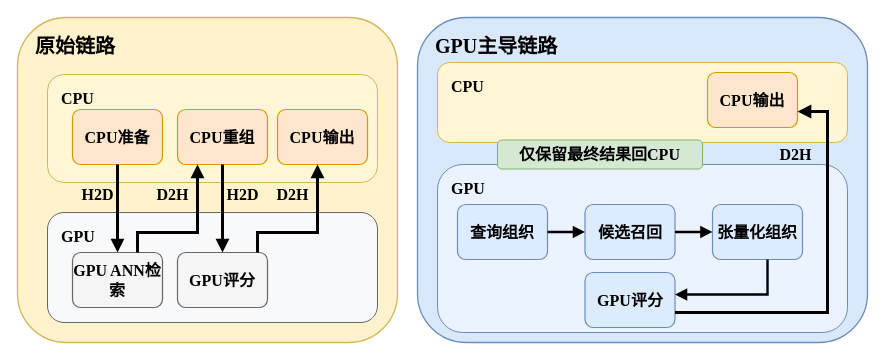
This is figures/fig4_2_original_vs_gpu_dominant_chain.drawio from HuangEven/latex-template, a draw.io file, before an edit. Source tidied: cells renumbered, new cells numbered last; positions are measured from the earlier drawing's top-left corner, leaving out a move shared by most shapes. Both pictures are drawn from the tidied source at 100%, with x=0, y=0 at pixel (17, 17).
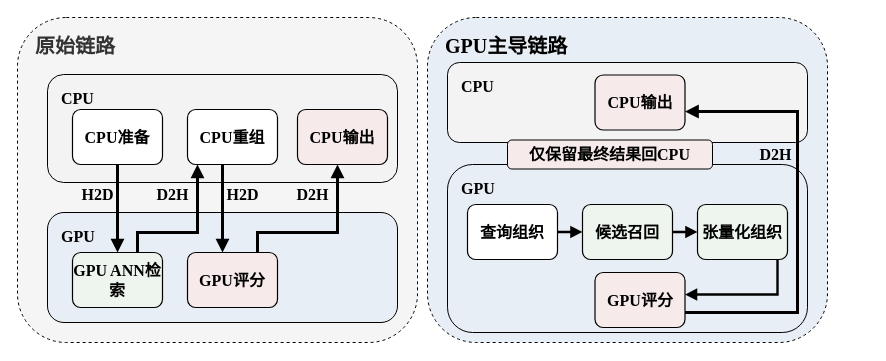
After the change.

Diff of the diagram source:
```diff
@@
-    <mxCell id="2" value="原始链路" style="rounded=1;whiteSpace=wrap;html=1;align=left;verticalAlign=top;spacingLeft=16;spacingTop=10;fontStyle=1;fontSize=20;fillColor=#FFF2CC;strokeColor=#D6B656;strokeWidth=1.3;fontFamily=Times New Roman;fontColor=#000000;" parent="1" vertex="1">
-      <mxGeometry width="380" height="325" as="geometry" />
+    <mxCell id="2" value="原始链路" style="rounded=1;whiteSpace=wrap;html=1;align=left;verticalAlign=top;spacingLeft=16;spacingTop=10;fontStyle=1;fontSize=20;fillColor=#f5f5f5;strokeColor=#000000;strokeWidth=1;fontFamily=Times New Roman;fontColor=#333333;dashed=1;rotation=0;" parent="1" vertex="1">
+      <mxGeometry width="400" height="325" as="geometry" />
     </mxCell>
-    <mxCell id="3" value="GPU主导链路" style="rounded=1;whiteSpace=wrap;html=1;align=left;verticalAlign=top;spacingLeft=16;spacingTop=10;fontStyle=1;fontSize=20;fillColor=#DAE8FC;strokeColor=#6C8EBF;strokeWidth=1.3;fontFamily=Times New Roman;fontColor=#000000;" parent="1" vertex="1">
-      <mxGeometry x="400" width="450" height="325" as="geometry" />
+    <mxCell id="3" value="GPU主导链路" style="rounded=1;whiteSpace=wrap;html=1;align=left;verticalAlign=top;spacingLeft=16;spacingTop=10;fontStyle=1;fontSize=20;fillColor=#E8EEF5;strokeColor=#000000;strokeWidth=1;fontFamily=Times New Roman;fontColor=#000000;dashed=1;rotation=0;" parent="1" vertex="1">
+      <mxGeometry x="410" width="400" height="325" as="geometry" />
     </mxCell>
-    <mxCell id="4" value="CPU" style="rounded=1;whiteSpace=wrap;html=1;align=left;verticalAlign=top;spacingLeft=12;spacingTop=8;fontStyle=1;fontSize=16;fillColor=#FFF6D5;strokeColor=#D6B656;strokeWidth=1;fontFamily=Times New Roman;fontColor=#000000;" parent="1" vertex="1">
-      <mxGeometry x="30" y="57" width="330" height="108" as="geometry" />
+    <mxCell id="4" value="CPU" style="rounded=1;whiteSpace=wrap;html=1;align=left;verticalAlign=top;spacingLeft=12;spacingTop=8;fontStyle=1;fontSize=16;fillColor=#F3F3F3;strokeColor=#000000;strokeWidth=1;fontFamily=Times New Roman;fontColor=#000000;" parent="1" vertex="1">
+      <mxGeometry x="30" y="57" width="350" height="108" as="geometry" />
     </mxCell>
-    <mxCell id="5" value="GPU" style="rounded=1;whiteSpace=wrap;html=1;align=left;verticalAlign=top;spacingLeft=12;spacingTop=8;fontStyle=1;fontSize=16;fillColor=#F8F9FA;strokeColor=#666666;strokeWidth=1;fontFamily=Times New Roman;fontColor=#000000;" parent="1" vertex="1">
-      <mxGeometry x="30" y="195" width="330" height="110" as="geometry" />
+    <mxCell id="5" value="GPU" style="rounded=1;whiteSpace=wrap;html=1;align=left;verticalAlign=top;spacingLeft=12;spacingTop=8;fontStyle=1;fontSize=16;fillColor=#E8EEF5;strokeColor=#000000;strokeWidth=1;fontFamily=Times New Roman;fontColor=#000000;" parent="1" vertex="1">
+      <mxGeometry x="30" y="195" width="350" height="110" as="geometry" />
     </mxCell>
-    <mxCell id="6" value="CPU" style="rounded=1;whiteSpace=wrap;html=1;align=left;verticalAlign=top;spacingLeft=12;spacingTop=8;fontStyle=1;fontSize=16;fillColor=#FFF6D5;strokeColor=#D6B656;strokeWidth=1;fontFamily=Times New Roman;fontColor=#000000;" parent="1" vertex="1">
-      <mxGeometry x="420" y="45" width="410" height="80" as="geometry" />
+    <mxCell id="6" value="CPU" style="rounded=1;whiteSpace=wrap;html=1;align=left;verticalAlign=top;spacingLeft=12;spacingTop=8;fontStyle=1;fontSize=16;fillColor=#F3F3F3;strokeColor=#000000;strokeWidth=1;fontFamily=Times New Roman;fontColor=#000000;" parent="1" vertex="1">
+      <mxGeometry x="430" y="45" width="360" height="80" as="geometry" />
     </mxCell>
-    <mxCell id="7" value="GPU" style="rounded=1;whiteSpace=wrap;html=1;align=left;verticalAlign=top;spacingLeft=12;spacingTop=8;fontStyle=1;fontSize=16;fillColor=#EAF3FF;strokeColor=#6C8EBF;strokeWidth=1;fontFamily=Times New Roman;fontColor=#000000;" parent="1" vertex="1">
-      <mxGeometry x="420" y="147" width="410" height="168" as="geometry" />
+    <mxCell id="7" value="GPU" style="rounded=1;whiteSpace=wrap;html=1;align=left;verticalAlign=top;spacingLeft=12;spacingTop=8;fontStyle=1;fontSize=16;fillColor=#E8EEF5;strokeColor=#000000;strokeWidth=1;fontFamily=Times New Roman;fontColor=#000000;" parent="1" vertex="1">
+      <mxGeometry x="430" y="147" width="360" height="168" as="geometry" />
     </mxCell>
-    <mxCell id="8" value="CPU准备" style="rounded=1;whiteSpace=wrap;html=1;align=center;verticalAlign=middle;fontSize=16;fillColor=#FFE6CC;strokeColor=#D79B00;strokeWidth=1.2;fontFamily=Times New Roman;fontColor=#000000;fontStyle=1;" parent="1" vertex="1">
+    <mxCell id="8" value="CPU准备" style="rounded=1;whiteSpace=wrap;html=1;align=center;verticalAlign=middle;fontSize=16;fillColor=#FFFFFF;strokeColor=#000000;strokeWidth=1.2;fontFamily=Times New Roman;fontColor=#000000;fontStyle=1;" parent="1" vertex="1">
       <mxGeometry x="55" y="92" width="90" height="55" as="geometry" />
     </mxCell>
-    <mxCell id="9" value="CPU重组" style="rounded=1;whiteSpace=wrap;html=1;align=center;verticalAlign=middle;fontSize=16;fillColor=#FFE6CC;strokeColor=#D79B00;strokeWidth=1.2;fontFamily=Times New Roman;fontColor=#000000;fontStyle=1;" parent="1" vertex="1">
-      <mxGeometry x="160" y="92" width="90" height="55" as="geometry" />
+    <mxCell id="9" value="CPU重组" style="rounded=1;whiteSpace=wrap;html=1;align=center;verticalAlign=middle;fontSize=16;fillColor=#FFFFFF;strokeColor=#000000;strokeWidth=1.2;fontFamily=Times New Roman;fontColor=#000000;fontStyle=1;" parent="1" vertex="1">
+      <mxGeometry x="170" y="92" width="90" height="55" as="geometry" />
     </mxCell>
-    <mxCell id="10" value="CPU输出" style="rounded=1;whiteSpace=wrap;html=1;align=center;verticalAlign=middle;fontSize=16;fillColor=#FFE6CC;strokeColor=#D79B00;strokeWidth=1.2;fontFamily=Times New Roman;rotation=0;fontColor=#000000;fontStyle=1;" parent="1" vertex="1">
-      <mxGeometry x="260" y="92" width="90" height="55" as="geometry" />
+    <mxCell id="10" value="CPU输出" style="rounded=1;whiteSpace=wrap;html=1;align=center;verticalAlign=middle;fontSize=16;fillColor=#F6EAEA;strokeColor=#000000;strokeWidth=1.2;fontFamily=Times New Roman;rotation=0;fontColor=#000000;fontStyle=1;" parent="1" vertex="1">
+      <mxGeometry x="280" y="92" width="90" height="55" as="geometry" />
     </mxCell>
-    <mxCell id="11" value="GPU ANN检索" style="rounded=1;whiteSpace=wrap;html=1;align=center;verticalAlign=middle;fontSize=16;fillColor=#F5F5F5;strokeColor=#666666;strokeWidth=1.2;fontFamily=Times New Roman;rotation=0;fontColor=#000000;fontStyle=1;" parent="1" vertex="1">
+    <mxCell id="11" value="GPU ANN检索" style="rounded=1;whiteSpace=wrap;html=1;align=center;verticalAlign=middle;fontSize=16;fillColor=#EEF5EE;strokeColor=#000000;strokeWidth=1.2;fontFamily=Times New Roman;rotation=0;fontColor=#000000;fontStyle=1;" parent="1" vertex="1">
       <mxGeometry x="55" y="235" width="90" height="55" as="geometry" />
     </mxCell>
-    <mxCell id="12" value="GPU评分" style="rounded=1;whiteSpace=wrap;html=1;align=center;verticalAlign=middle;fontSize=16;fillColor=#F5F5F5;strokeColor=#666666;strokeWidth=1.2;fontFamily=Times New Roman;fontColor=#000000;fontStyle=1;" parent="1" vertex="1">
-      <mxGeometry x="160" y="235" width="90" height="55" as="geometry" />
+    <mxCell id="12" value="GPU评分" style="rounded=1;whiteSpace=wrap;html=1;align=center;verticalAlign=middle;fontSize=16;fillColor=#F6EAEA;strokeColor=#000000;strokeWidth=1.2;fontFamily=Times New Roman;fontColor=#000000;fontStyle=1;" parent="1" vertex="1">
+      <mxGeometry x="170" y="235" width="90" height="55" as="geometry" />
     </mxCell>
-    <mxCell id="13" value="CPU输出" style="rounded=1;whiteSpace=wrap;html=1;align=center;verticalAlign=middle;fontSize=16;fillColor=#FFE6CC;strokeColor=#D79B00;strokeWidth=1.2;fontFamily=Times New Roman;fontColor=#000000;fontStyle=1;" parent="1" vertex="1">
-      <mxGeometry x="690" y="55" width="90" height="55" as="geometry" />
+    <mxCell id="13" value="CPU输出" style="rounded=1;whiteSpace=wrap;html=1;align=center;verticalAlign=middle;fontSize=16;fillColor=#F6EAEA;strokeColor=#000000;strokeWidth=1.2;fontFamily=Times New Roman;fontColor=#000000;fontStyle=1;" parent="1" vertex="1">
+      <mxGeometry x="577.5" y="57.5" width="90" height="55" as="geometry" />
     </mxCell>
-    <mxCell id="14" value="查询组织" style="rounded=1;whiteSpace=wrap;html=1;align=center;verticalAlign=middle;fontSize=16;fillColor=#DDEBFF;strokeColor=#6C8EBF;strokeWidth=1.2;fontFamily=Times New Roman;fontColor=#000000;fontStyle=1;" parent="1" vertex="1">
-      <mxGeometry x="440" y="187" width="90" height="55" as="geometry" />
+    <mxCell id="14" value="查询组织" style="rounded=1;whiteSpace=wrap;html=1;align=center;verticalAlign=middle;fontSize=16;strokeWidth=1.2;fontFamily=Times New Roman;fontStyle=1;" parent="1" vertex="1">
+      <mxGeometry x="450" y="187" width="90" height="55" as="geometry" />
     </mxCell>
-    <mxCell id="15" value="候选召回" style="rounded=1;whiteSpace=wrap;html=1;align=center;verticalAlign=middle;fontSize=16;fillColor=#DDEBFF;strokeColor=#6C8EBF;strokeWidth=1.2;fontFamily=Times New Roman;fontColor=#000000;fontStyle=1;" parent="1" vertex="1">
-      <mxGeometry x="567.5" y="187" width="90" height="55" as="geometry" />
+    <mxCell id="15" value="候选召回" style="rounded=1;whiteSpace=wrap;html=1;align=center;verticalAlign=middle;fontSize=16;fillColor=#EEF5EE;strokeColor=#000000;strokeWidth=1.2;fontFamily=Times New Roman;fontColor=#000000;fontStyle=1;" parent="1" vertex="1">
+      <mxGeometry x="565" y="187" width="90" height="55" as="geometry" />
     </mxCell>
-    <mxCell id="16" value="张量化组织" style="rounded=1;whiteSpace=wrap;html=1;align=center;verticalAlign=middle;fontSize=16;fillColor=#DDEBFF;strokeColor=#6C8EBF;strokeWidth=1.2;fontFamily=Times New Roman;fontColor=#000000;fontStyle=1;" parent="1" vertex="1">
-      <mxGeometry x="695" y="187" width="90" height="55" as="geometry" />
+    <mxCell id="16" value="张量化组织" style="rounded=1;whiteSpace=wrap;html=1;align=center;verticalAlign=middle;fontSize=16;fillColor=#EEF5EE;strokeColor=#000000;strokeWidth=1.2;fontFamily=Times New Roman;fontColor=#000000;fontStyle=1;" parent="1" vertex="1">
+      <mxGeometry x="680" y="187" width="90" height="55" as="geometry" />
     </mxCell>
-    <mxCell id="17" value="GPU评分" style="rounded=1;whiteSpace=wrap;html=1;align=center;verticalAlign=middle;fontSize=16;fillColor=#DDEBFF;strokeColor=#6C8EBF;strokeWidth=1.2;fontFamily=Times New Roman;fontColor=#000000;fontStyle=1;" parent="1" vertex="1">
-      <mxGeometry x="567.5" y="255" width="90" height="55" as="geometry" />
+    <mxCell id="17" value="GPU评分" style="rounded=1;whiteSpace=wrap;html=1;align=center;verticalAlign=middle;fontSize=16;fillColor=#F6EAEA;strokeColor=#000000;strokeWidth=1.2;fontFamily=Times New Roman;fontColor=#000000;fontStyle=1;" parent="1" vertex="1">
+      <mxGeometry x="577.5" y="255" width="90" height="55" as="geometry" />
     </mxCell>
-    <mxCell id="18" value="仅保留最终结果回CPU" style="rounded=1;whiteSpace=wrap;html=1;align=center;verticalAlign=middle;fontSize=16;fontColor=#000000;fillColor=#D5E8D4;strokeColor=#82B366;strokeWidth=1;fontFamily=Times New Roman;fontStyle=1;" parent="1" vertex="1">
-      <mxGeometry x="480" y="122.5" width="205" height="29" as="geometry" />
+    <mxCell id="18" value="仅保留最终结果回CPU" style="rounded=1;whiteSpace=wrap;html=1;align=center;verticalAlign=middle;fontSize=16;fontColor=#000000;fillColor=#F6EAEA;strokeColor=#000000;strokeWidth=1;fontFamily=Times New Roman;fontStyle=1;" parent="1" vertex="1">
+      <mxGeometry x="490" y="122.5" width="205" height="29" as="geometry" />
     </mxCell>
@@
     <mxCell id="25" value="D2H" style="text;html=1;strokeColor=none;fillColor=none;align=center;verticalAlign=middle;fontStyle=1;fontColor=#000000;fontSize=16;fontFamily=Times New Roman;" parent="1" vertex="1">
-      <mxGeometry x="250" y="165" width="50" height="24" as="geometry" />
+      <mxGeometry x="270" y="165" width="50" height="24" as="geometry" />
     </mxCell>
@@
     <mxCell id="28" style="edgeStyle=orthogonalEdgeStyle;rounded=0;jettySize=auto;html=1;strokeColor=#000000;strokeWidth=2.4;endArrow=block;endFill=1;fontColor=#000000;fontFamily=Times New Roman;fontStyle=1;fontSize=16;" parent="1" edge="1" source="16" target="17">
       <mxGeometry relative="1" as="geometry">
         <Array as="points">
-          <mxPoint x="750" y="277" />
+          <mxPoint x="760" y="277" />
         </Array>
       </mxGeometry>
     </mxCell>
     <mxCell id="29" style="edgeStyle=orthogonalEdgeStyle;rounded=0;jettySize=auto;html=1;strokeColor=#000000;strokeWidth=3;endArrow=block;endFill=1;fontColor=#000000;fontFamily=Times New Roman;fontStyle=1;fontSize=16;" parent="1" edge="1" source="17" target="13">
       <mxGeometry relative="1" as="geometry">
         <Array as="points">
-          <mxPoint x="810" y="295" />
-          <mxPoint x="810" y="94" />
+          <mxPoint x="780" y="295" />
+          <mxPoint x="780" y="94" />
         </Array>
       </mxGeometry>
     </mxCell>
     <mxCell id="30" value="D2H" style="text;html=1;strokeColor=none;fillColor=none;align=center;verticalAlign=middle;fontStyle=1;fontColor=#000000;fontSize=16;fontFamily=Times New Roman;" parent="1" vertex="1">
-      <mxGeometry x="750" y="125" width="55" height="24" as="geometry" />
+      <mxGeometry x="730" y="125" width="55" height="24" as="geometry" />
     </mxCell>
     <mxCell id="31" style="edgeStyle=orthogonalEdgeStyle;rounded=0;orthogonalLoop=1;jettySize=auto;html=1;strokeColor=#000000;strokeWidth=3;endArrow=block;endFill=1;fontFamily=Times New Roman;fontColor=#000000;fontStyle=1;fontSize=16;" parent="1" edge="1">
       <mxGeometry relative="1" as="geometry">
         <mxPoint x="240" y="235" as="sourcePoint" />
-        <mxPoint x="300" y="147" as="targetPoint" />
+        <mxPoint x="320" y="147" as="targetPoint" />
         <Array as="points">
           <mxPoint x="240" y="215" />
-          <mxPoint x="300" y="215" />
+          <mxPoint x="320" y="215" />
+          <mxPoint x="320" y="147" />
         </Array>
       </mxGeometry>
     </mxCell>
```
